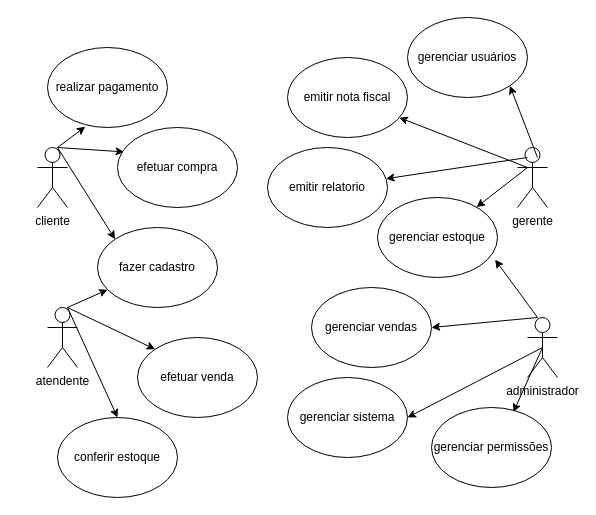
The draw.io diagram page "Página-1" (1 of 2) of Diagrama sem nome.drawio in AnaBeatriz191/diagramasderequisitos, before the edit. Source tidied: cells renumbered, new cells numbered last; positions are measured from the earlier drawing's top-left corner, leaving out a move shared by most shapes. Both pictures are drawn from the tidied source at 100%, with x=0, y=0 at pixel (37, 17).
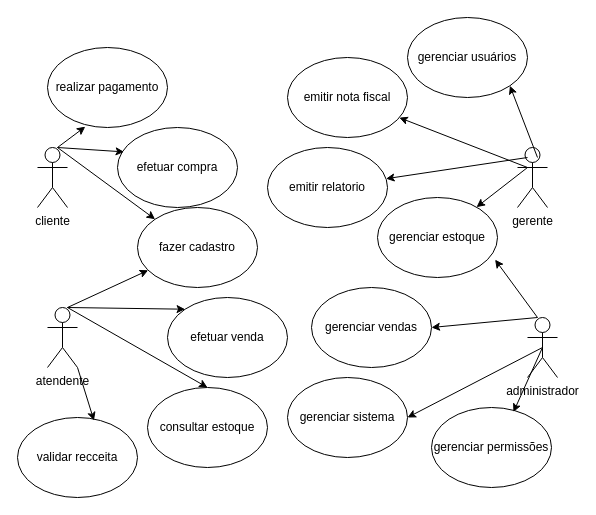
The same diagram, later.

The edit, as a diff of the source:
```diff
@@
     <mxCell id="6" value="fazer cadastro" style="ellipse;whiteSpace=wrap;html=1;" parent="1" vertex="1">
-      <mxGeometry x="60" y="210" width="120" height="80" as="geometry" />
+      <mxGeometry x="100" y="190" width="120" height="80" as="geometry" />
     </mxCell>
@@
-    <mxCell id="8" value="conferir estoque" style="ellipse;whiteSpace=wrap;html=1;" parent="1" vertex="1">
-      <mxGeometry x="20" y="400" width="120" height="80" as="geometry" />
+    <mxCell id="8" value="consultar estoque" style="ellipse;whiteSpace=wrap;html=1;" parent="1" vertex="1">
+      <mxGeometry x="110" y="370" width="120" height="80" as="geometry" />
     </mxCell>
@@
     <mxCell id="10" value="efetuar venda" style="ellipse;whiteSpace=wrap;html=1;" parent="1" vertex="1">
-      <mxGeometry x="100" y="320" width="120" height="80" as="geometry" />
+      <mxGeometry x="130" y="280" width="120" height="80" as="geometry" />
     </mxCell>
@@
+    <mxCell id="32" value="validar recceita" style="ellipse;whiteSpace=wrap;html=1;" parent="1" vertex="1">
+      <mxGeometry x="-20" y="400" width="120" height="80" as="geometry" />
+    </mxCell>
+    <mxCell id="33" style="endArrow=classic;html=1;rounded=0;entryX=0.637;entryY=0.037;entryDx=0;entryDy=0;entryPerimeter=0;" parent="1" edge="1" target="32">
+      <mxGeometry relative="1" as="geometry">
+        <mxPoint x="40" y="350" as="sourcePoint" />
+      </mxGeometry>
+    </mxCell>
```
